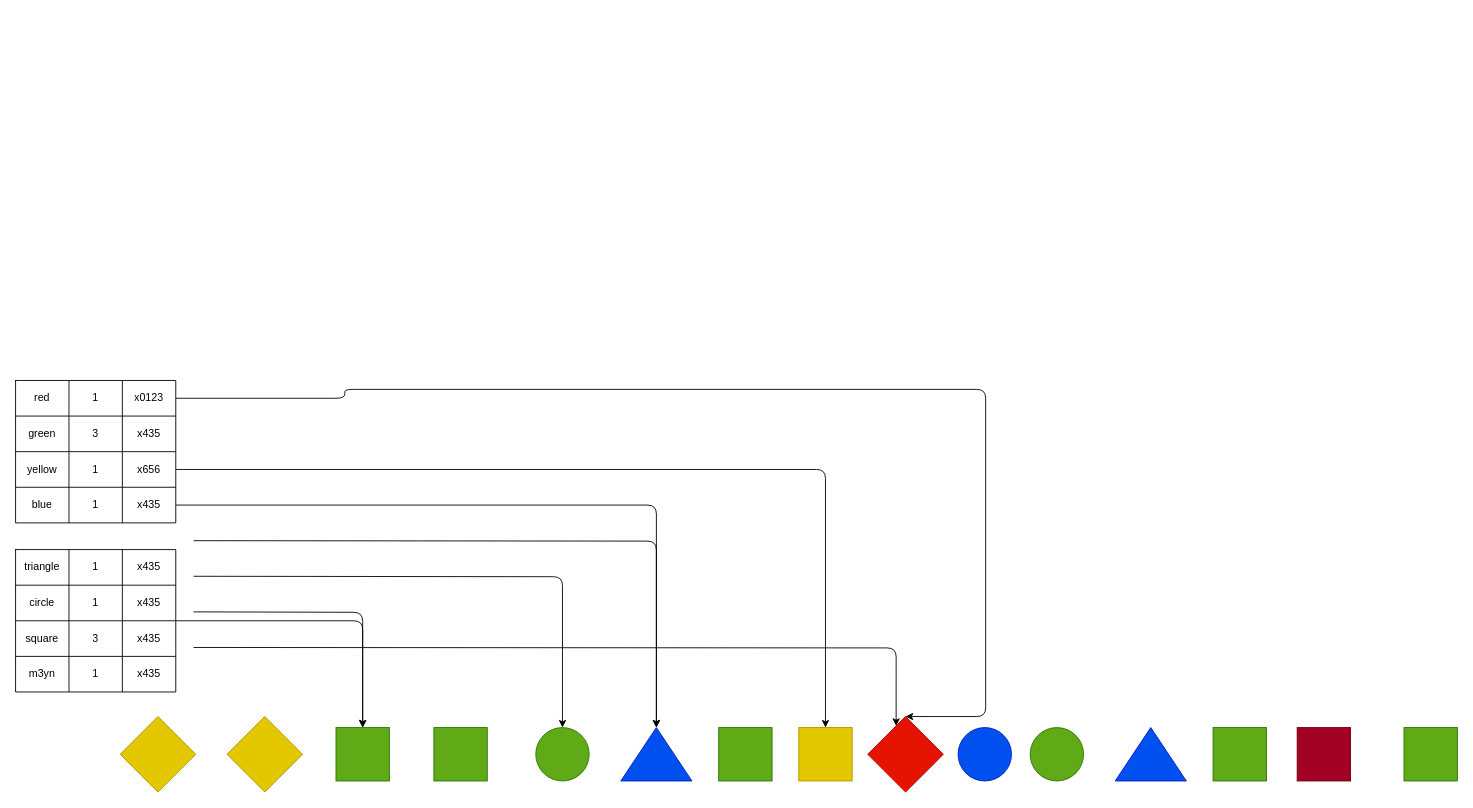
Before: docs/diagrams/walkthrouExamleDeleteAfterShift.drawio in AbderrahimeEl/Tetris, a draw.io diagram. Source tidied: cells renumbered, new cells numbered last; positions are measured from the earlier drawing's top-left corner, leaving out a move shared by most shapes. Both pictures are drawn from the tidied source at 89%, with x=0, y=0 at pixel (15, 380).
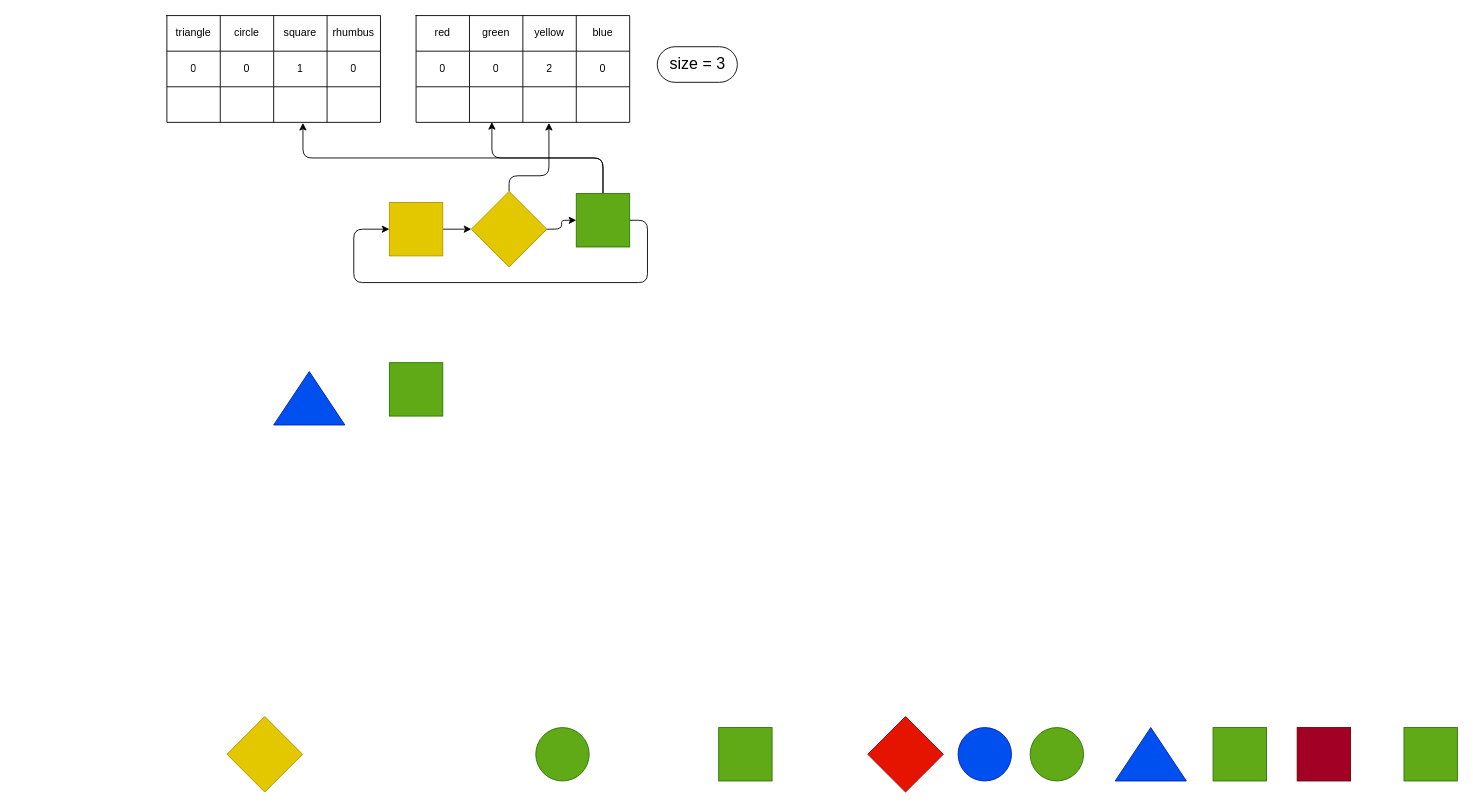
The same diagram, later.

The change refers to these unchanged cells:
```xml
<mxCell id="24" style="ellipse;whiteSpace=wrap;html=1;fillColor=#60a917;fontColor=#ffffff;strokeColor=#2D7600;" parent="1" vertex="1">
  <mxGeometry x="584.5" y="390" width="60" height="60" as="geometry" />
</mxCell>
<mxCell id="35" style="rounded=0;whiteSpace=wrap;html=1;fillColor=#e51400;fontColor=#ffffff;strokeColor=#B20000;rotation=-45;" parent="1" vertex="1">
  <mxGeometry x="970" y="390" width="60" height="60" as="geometry" />
</mxCell>
```

Diff of the diagram source:
```diff
@@
     <mxCell id="2" style="shape=table;html=1;whiteSpace=wrap;startSize=0;childLayout=tableLayout;" parent="1" vertex="1">
-      <mxGeometry width="180" height="160" as="geometry" />
+      <mxGeometry x="450" y="-410" width="240" height="120" as="geometry" />
     </mxCell>
     <mxCell id="3" style="shape=tableRow;horizontal=0;startSize=0;swimlaneHead=0;swimlaneBody=0;top=0;left=0;bottom=0;right=0;fillColor=none;points=[[0,0.5],[1,0.5]];portConstraint=eastwest;" parent="2" vertex="1">
-      <mxGeometry width="180" height="40" as="geometry" />
+      <mxGeometry width="240" height="40" as="geometry" />
     </mxCell>
@@
-    <mxCell id="5" value="1" style="shape=partialRectangle;html=1;whiteSpace=wrap;fillColor=none;top=0;left=0;bottom=0;right=0;overflow=hidden;" parent="3" vertex="1">
+    <mxCell id="5" value="green" style="shape=partialRectangle;html=1;whiteSpace=wrap;fillColor=none;top=0;left=0;bottom=0;right=0;overflow=hidden;" parent="3" vertex="1">
       <mxGeometry x="60" width="60" height="40" as="geometry" />
     </mxCell>
-    <mxCell id="6" value="x0123" style="shape=partialRectangle;html=1;whiteSpace=wrap;fillColor=none;top=0;left=0;bottom=0;right=0;overflow=hidden;" parent="3" vertex="1">
+    <mxCell id="6" value="yellow" style="shape=partialRectangle;html=1;whiteSpace=wrap;fillColor=none;top=0;left=0;bottom=0;right=0;overflow=hidden;" parent="3" vertex="1">
       <mxGeometry x="120" width="60" height="40" as="geometry" />
     </mxCell>
+    <mxCell id="59" value="blue" style="shape=partialRectangle;html=1;whiteSpace=wrap;fillColor=none;top=0;left=0;bottom=0;right=0;overflow=hidden;" parent="3" vertex="1">
+      <mxGeometry x="180" width="60" height="40" as="geometry" />
+    </mxCell>
     <mxCell id="7" style="shape=tableRow;horizontal=0;startSize=0;swimlaneHead=0;swimlaneBody=0;top=0;left=0;bottom=0;right=0;fillColor=none;" parent="2" vertex="1">
-      <mxGeometry y="40" width="180" height="40" as="geometry" />
+      <mxGeometry y="40" width="240" height="40" as="geometry" />
     </mxCell>
-    <mxCell id="8" value="green" style="shape=partialRectangle;html=1;whiteSpace=wrap;fillColor=none;top=0;left=0;bottom=0;right=0;overflow=hidden;" parent="7" vertex="1">
+    <mxCell id="8" value="0" style="shape=partialRectangle;html=1;whiteSpace=wrap;fillColor=none;top=0;left=0;bottom=0;right=0;overflow=hidden;" parent="7" vertex="1">
       <mxGeometry width="60" height="40" as="geometry" />
     </mxCell>
-    <mxCell id="9" value="3" style="shape=partialRectangle;html=1;whiteSpace=wrap;fillColor=none;top=0;left=0;bottom=0;right=0;overflow=hidden;" parent="7" vertex="1">
+    <mxCell id="9" value="0" style="shape=partialRectangle;html=1;whiteSpace=wrap;fillColor=none;top=0;left=0;bottom=0;right=0;overflow=hidden;" parent="7" vertex="1">
       <mxGeometry x="60" width="60" height="40" as="geometry" />
     </mxCell>
-    <mxCell id="10" value="x435" style="shape=partialRectangle;html=1;whiteSpace=wrap;fillColor=none;top=0;left=0;bottom=0;right=0;overflow=hidden;" parent="7" vertex="1">
+    <mxCell id="10" value="2" style="shape=partialRectangle;html=1;whiteSpace=wrap;fillColor=none;top=0;left=0;bottom=0;right=0;overflow=hidden;" parent="7" vertex="1">
       <mxGeometry x="120" width="60" height="40" as="geometry" />
     </mxCell>
-    <mxCell id="11" style="shape=tableRow;horizontal=0;startSize=0;swimlaneHead=0;swimlaneBody=0;top=0;left=0;bottom=0;right=0;fillColor=none;points=[[0,0.5],[1,0.5]];portConstraint=eastwest;" parent="2" vertex="1">
-      <mxGeometry y="80" width="180" height="40" as="geometry" />
-    </mxCell>
-    <mxCell id="12" value="yellow" style="shape=partialRectangle;html=1;whiteSpace=wrap;fillColor=none;top=0;left=0;bottom=0;right=0;overflow=hidden;" parent="11" vertex="1">
-      <mxGeometry width="60" height="40" as="geometry" />
-    </mxCell>
-    <mxCell id="13" value="1" style="shape=partialRectangle;html=1;whiteSpace=wrap;fillColor=none;top=0;left=0;bottom=0;right=0;overflow=hidden;" parent="11" vertex="1">
-      <mxGeometry x="60" width="60" height="40" as="geometry" />
-    </mxCell>
-    <mxCell id="14" value="x656" style="shape=partialRectangle;html=1;whiteSpace=wrap;fillColor=none;top=0;left=0;bottom=0;right=0;overflow=hidden;" parent="11" vertex="1">
-      <mxGeometry x="120" width="60" height="40" as="geometry" />
-    </mxCell>
+    <mxCell id="60" value="0" style="shape=partialRectangle;html=1;whiteSpace=wrap;fillColor=none;top=0;left=0;bottom=0;right=0;overflow=hidden;" parent="7" vertex="1">
+      <mxGeometry x="180" width="60" height="40" as="geometry" />
+    </mxCell>
     <mxCell id="15" style="shape=tableRow;horizontal=0;startSize=0;swimlaneHead=0;swimlaneBody=0;top=0;left=0;bottom=0;right=0;fillColor=none;points=[[0,0.5],[1,0.5]];portConstraint=eastwest;" parent="2" vertex="1">
-      <mxGeometry y="120" width="180" height="40" as="geometry" />
+      <mxGeometry y="80" width="240" height="40" as="geometry" />
     </mxCell>
-    <mxCell id="16" value="blue" style="shape=partialRectangle;html=1;whiteSpace=wrap;fillColor=none;top=0;left=0;bottom=0;right=0;overflow=hidden;" parent="15" vertex="1">
+    <mxCell id="16" style="shape=partialRectangle;html=1;whiteSpace=wrap;fillColor=none;top=0;left=0;bottom=0;right=0;overflow=hidden;" parent="15" vertex="1">
       <mxGeometry width="60" height="40" as="geometry" />
     </mxCell>
-    <mxCell id="17" value="1" style="shape=partialRectangle;html=1;whiteSpace=wrap;fillColor=none;top=0;left=0;bottom=0;right=0;overflow=hidden;" parent="15" vertex="1">
+    <mxCell id="17" style="shape=partialRectangle;html=1;whiteSpace=wrap;fillColor=none;top=0;left=0;bottom=0;right=0;overflow=hidden;" parent="15" vertex="1">
       <mxGeometry x="60" width="60" height="40" as="geometry" />
     </mxCell>
-    <mxCell id="18" value="x435" style="shape=partialRectangle;html=1;whiteSpace=wrap;fillColor=none;top=0;left=0;bottom=0;right=0;overflow=hidden;" parent="15" vertex="1">
+    <mxCell id="18" style="shape=partialRectangle;html=1;whiteSpace=wrap;fillColor=none;top=0;left=0;bottom=0;right=0;overflow=hidden;" parent="15" vertex="1">
       <mxGeometry x="120" width="60" height="40" as="geometry" />
     </mxCell>
+    <mxCell id="61" style="shape=partialRectangle;html=1;whiteSpace=wrap;fillColor=none;top=0;left=0;bottom=0;right=0;overflow=hidden;" parent="15" vertex="1">
+      <mxGeometry x="180" width="60" height="40" as="geometry" />
+    </mxCell>
@@
     <mxCell id="20" style="rounded=0;whiteSpace=wrap;html=1;fillColor=#60a917;fontColor=#ffffff;strokeColor=#2D7600;" parent="1" vertex="1">
-      <mxGeometry x="360" y="390" width="60" height="60" as="geometry" />
+      <mxGeometry x="420" y="-20" width="60" height="60" as="geometry" />
     </mxCell>
+    <mxCell id="62" style="edgeStyle=orthogonalEdgeStyle;html=1;entryX=0.355;entryY=0.991;entryDx=0;entryDy=0;entryPerimeter=0;fontSize=18;" parent="1" edge="1" source="21" target="15">
+      <mxGeometry relative="1" as="geometry" />
+    </mxCell>
+    <mxCell id="63" style="edgeStyle=orthogonalEdgeStyle;html=1;entryX=0.637;entryY=1.015;entryDx=0;entryDy=0;entryPerimeter=0;fontSize=18;" parent="1" edge="1" source="21" target="51">
+      <mxGeometry relative="1" as="geometry" />
+    </mxCell>
+    <mxCell id="64" style="edgeStyle=orthogonalEdgeStyle;html=1;entryX=0;entryY=0.5;entryDx=0;entryDy=0;fontSize=18;" parent="1" edge="1" source="21" target="34">
+      <mxGeometry relative="1" as="geometry">
+        <Array as="points">
+          <mxPoint x="710" y="-180" />
+          <mxPoint x="710" y="-110" />
+          <mxPoint x="380" y="-110" />
+          <mxPoint x="380" y="-170" />
+        </Array>
+      </mxGeometry>
+    </mxCell>
     <mxCell id="21" style="rounded=0;whiteSpace=wrap;html=1;fillColor=#60a917;fontColor=#ffffff;strokeColor=#2D7600;" parent="1" vertex="1">
-      <mxGeometry x="470" y="390" width="60" height="60" as="geometry" />
+      <mxGeometry x="630" y="-210" width="60" height="60" as="geometry" />
     </mxCell>
     <mxCell id="22" style="triangle;whiteSpace=wrap;html=1;rotation=-90;fillColor=#0050ef;fontColor=#ffffff;strokeColor=#001DBC;" parent="1" vertex="1">
-      <mxGeometry x="690" y="380" width="60" height="80" as="geometry" />
+      <mxGeometry x="300" y="-20" width="60" height="80" as="geometry" />
     </mxCell>
@@
-    <mxCell id="25" style="edgeStyle=orthogonalEdgeStyle;html=1;exitX=1;exitY=0.5;exitDx=0;exitDy=0;entryX=1;entryY=0;entryDx=0;entryDy=0;" parent="1" edge="1" source="3" target="35">
-      <mxGeometry relative="1" as="geometry">
-        <Array as="points">
-          <mxPoint x="370" y="20" />
-          <mxPoint x="370" y="10" />
-          <mxPoint x="1090" y="10" />
-          <mxPoint x="1090" y="378" />
-        </Array>
-      </mxGeometry>
-    </mxCell>
-    <mxCell id="26" style="edgeStyle=orthogonalEdgeStyle;html=1;entryX=0.5;entryY=0;entryDx=0;entryDy=0;startArrow=none;" parent="1" edge="1" source="42" target="20">
-      <mxGeometry relative="1" as="geometry" />
-    </mxCell>
@@
-    <mxCell id="28" style="edgeStyle=orthogonalEdgeStyle;html=1;entryX=0.5;entryY=0;entryDx=0;entryDy=0;" parent="1" edge="1" source="11" target="34">
-      <mxGeometry relative="1" as="geometry" />
-    </mxCell>
-    <mxCell id="29" style="edgeStyle=orthogonalEdgeStyle;html=1;entryX=1;entryY=0.5;entryDx=0;entryDy=0;" parent="1" edge="1" source="15" target="22">
-      <mxGeometry relative="1" as="geometry" />
-    </mxCell>
-    <mxCell id="30" style="edgeStyle=orthogonalEdgeStyle;html=1;entryX=1;entryY=0.5;entryDx=0;entryDy=0;" parent="1" edge="1" target="22">
-      <mxGeometry relative="1" as="geometry">
-        <mxPoint x="200" y="180" as="sourcePoint" />
-      </mxGeometry>
-    </mxCell>
-    <mxCell id="31" style="edgeStyle=orthogonalEdgeStyle;html=1;entryX=0.5;entryY=0;entryDx=0;entryDy=0;" parent="1" edge="1" target="24">
-      <mxGeometry relative="1" as="geometry">
-        <mxPoint x="200" y="220" as="sourcePoint" />
-      </mxGeometry>
-    </mxCell>
-    <mxCell id="32" style="edgeStyle=orthogonalEdgeStyle;html=1;entryX=0.5;entryY=0;entryDx=0;entryDy=0;" parent="1" edge="1" target="20">
-      <mxGeometry relative="1" as="geometry">
-        <mxPoint x="200" y="260" as="sourcePoint" />
-      </mxGeometry>
-    </mxCell>
-    <mxCell id="33" style="edgeStyle=orthogonalEdgeStyle;html=1;entryX=0.75;entryY=0;entryDx=0;entryDy=0;" parent="1" edge="1" target="35">
-      <mxGeometry relative="1" as="geometry">
-        <mxPoint x="200" y="300" as="sourcePoint" />
-      </mxGeometry>
-    </mxCell>
+    <mxCell id="65" style="edgeStyle=orthogonalEdgeStyle;html=1;exitX=1;exitY=0.5;exitDx=0;exitDy=0;entryX=0;entryY=0;entryDx=0;entryDy=0;fontSize=18;" parent="1" edge="1" source="34" target="41">
+      <mxGeometry relative="1" as="geometry" />
+    </mxCell>
     <mxCell id="34" style="rounded=0;whiteSpace=wrap;html=1;fillColor=#e3c800;fontColor=#000000;strokeColor=#B09500;" parent="1" vertex="1">
-      <mxGeometry x="880" y="390" width="60" height="60" as="geometry" />
+      <mxGeometry x="420" y="-200" width="60" height="60" as="geometry" />
     </mxCell>
@@
+    <mxCell id="66" style="edgeStyle=orthogonalEdgeStyle;html=1;exitX=1;exitY=1;exitDx=0;exitDy=0;entryX=0;entryY=0.5;entryDx=0;entryDy=0;fontSize=18;" parent="1" edge="1" source="41" target="21">
+      <mxGeometry relative="1" as="geometry" />
+    </mxCell>
+    <mxCell id="67" style="edgeStyle=orthogonalEdgeStyle;html=1;entryX=0.622;entryY=1.015;entryDx=0;entryDy=0;entryPerimeter=0;fontSize=18;" parent="1" edge="1" source="41" target="15">
+      <mxGeometry relative="1" as="geometry">
+        <Array as="points">
+          <mxPoint x="554" y="-230" />
+          <mxPoint x="599" y="-230" />
+        </Array>
+      </mxGeometry>
+    </mxCell>
     <mxCell id="41" style="rounded=0;whiteSpace=wrap;html=1;fillColor=#e3c800;fontColor=#000000;strokeColor=#B09500;rotation=-45;" parent="1" vertex="1">
-      <mxGeometry x="130" y="390" width="60" height="60" as="geometry" />
+      <mxGeometry x="524.5" y="-200" width="60" height="60" as="geometry" />
     </mxCell>
     <mxCell id="42" style="shape=table;html=1;whiteSpace=wrap;startSize=0;childLayout=tableLayout;" parent="1" vertex="1">
-      <mxGeometry y="190" width="180" height="160" as="geometry" />
+      <mxGeometry x="170" y="-410" width="240" height="120" as="geometry" />
     </mxCell>
     <mxCell id="43" style="shape=tableRow;horizontal=0;startSize=0;swimlaneHead=0;swimlaneBody=0;top=0;left=0;bottom=0;right=0;fillColor=none;" parent="42" vertex="1">
-      <mxGeometry width="180" height="40" as="geometry" />
+      <mxGeometry width="240" height="40" as="geometry" />
     </mxCell>
@@
-    <mxCell id="45" value="1" style="shape=partialRectangle;html=1;whiteSpace=wrap;fillColor=none;top=0;left=0;bottom=0;right=0;overflow=hidden;" parent="43" vertex="1">
+    <mxCell id="45" value="circle" style="shape=partialRectangle;html=1;whiteSpace=wrap;fillColor=none;top=0;left=0;bottom=0;right=0;overflow=hidden;" parent="43" vertex="1">
       <mxGeometry x="60" width="60" height="40" as="geometry" />
     </mxCell>
-    <mxCell id="46" value="x435" style="shape=partialRectangle;html=1;whiteSpace=wrap;fillColor=none;top=0;left=0;bottom=0;right=0;overflow=hidden;" parent="43" vertex="1">
+    <mxCell id="46" value="square" style="shape=partialRectangle;html=1;whiteSpace=wrap;fillColor=none;top=0;left=0;bottom=0;right=0;overflow=hidden;" parent="43" vertex="1">
       <mxGeometry x="120" width="60" height="40" as="geometry" />
     </mxCell>
+    <mxCell id="68" value="rhumbus" style="shape=partialRectangle;html=1;whiteSpace=wrap;fillColor=none;top=0;left=0;bottom=0;right=0;overflow=hidden;" parent="43" vertex="1">
+      <mxGeometry x="180" width="60" height="40" as="geometry" />
+    </mxCell>
     <mxCell id="47" style="shape=tableRow;horizontal=0;startSize=0;swimlaneHead=0;swimlaneBody=0;top=0;left=0;bottom=0;right=0;fillColor=none;" parent="42" vertex="1">
-      <mxGeometry y="40" width="180" height="40" as="geometry" />
+      <mxGeometry y="40" width="240" height="40" as="geometry" />
     </mxCell>
-    <mxCell id="48" value="circle" style="shape=partialRectangle;html=1;whiteSpace=wrap;fillColor=none;top=0;left=0;bottom=0;right=0;overflow=hidden;" parent="47" vertex="1">
+    <mxCell id="48" value="0" style="shape=partialRectangle;html=1;whiteSpace=wrap;fillColor=none;top=0;left=0;bottom=0;right=0;overflow=hidden;" parent="47" vertex="1">
       <mxGeometry width="60" height="40" as="geometry" />
     </mxCell>
-    <mxCell id="49" value="1" style="shape=partialRectangle;html=1;whiteSpace=wrap;fillColor=none;top=0;left=0;bottom=0;right=0;overflow=hidden;" parent="47" vertex="1">
+    <mxCell id="49" value="0" style="shape=partialRectangle;html=1;whiteSpace=wrap;fillColor=none;top=0;left=0;bottom=0;right=0;overflow=hidden;" parent="47" vertex="1">
       <mxGeometry x="60" width="60" height="40" as="geometry" />
     </mxCell>
-    <mxCell id="50" value="x435" style="shape=partialRectangle;html=1;whiteSpace=wrap;fillColor=none;top=0;left=0;bottom=0;right=0;overflow=hidden;" parent="47" vertex="1">
+    <mxCell id="50" value="1" style="shape=partialRectangle;html=1;whiteSpace=wrap;fillColor=none;top=0;left=0;bottom=0;right=0;overflow=hidden;" parent="47" vertex="1">
       <mxGeometry x="120" width="60" height="40" as="geometry" />
     </mxCell>
+    <mxCell id="69" value="0" style="shape=partialRectangle;html=1;whiteSpace=wrap;fillColor=none;top=0;left=0;bottom=0;right=0;overflow=hidden;" parent="47" vertex="1">
+      <mxGeometry x="180" width="60" height="40" as="geometry" />
+    </mxCell>
     <mxCell id="51" style="shape=tableRow;horizontal=0;startSize=0;swimlaneHead=0;swimlaneBody=0;top=0;left=0;bottom=0;right=0;fillColor=none;points=[[0,0.5],[1,0.5]];portConstraint=eastwest;" parent="42" vertex="1">
-      <mxGeometry y="80" width="180" height="40" as="geometry" />
+      <mxGeometry y="80" width="240" height="40" as="geometry" />
     </mxCell>
-    <mxCell id="52" value="square" style="shape=partialRectangle;html=1;whiteSpace=wrap;fillColor=none;top=0;left=0;bottom=0;right=0;overflow=hidden;" parent="51" vertex="1">
+    <mxCell id="52" style="shape=partialRectangle;html=1;whiteSpace=wrap;fillColor=none;top=0;left=0;bottom=0;right=0;overflow=hidden;" parent="51" vertex="1">
       <mxGeometry width="60" height="40" as="geometry" />
     </mxCell>
-    <mxCell id="53" value="3" style="shape=partialRectangle;html=1;whiteSpace=wrap;fillColor=none;top=0;left=0;bottom=0;right=0;overflow=hidden;" parent="51" vertex="1">
+    <mxCell id="53" style="shape=partialRectangle;html=1;whiteSpace=wrap;fillColor=none;top=0;left=0;bottom=0;right=0;overflow=hidden;" parent="51" vertex="1">
       <mxGeometry x="60" width="60" height="40" as="geometry" />
     </mxCell>
-    <mxCell id="54" value="x435" style="shape=partialRectangle;html=1;whiteSpace=wrap;fillColor=none;top=0;left=0;bottom=0;right=0;overflow=hidden;" parent="51" vertex="1">
+    <mxCell id="54" style="shape=partialRectangle;html=1;whiteSpace=wrap;fillColor=none;top=0;left=0;bottom=0;right=0;overflow=hidden;" parent="51" vertex="1">
       <mxGeometry x="120" width="60" height="40" as="geometry" />
     </mxCell>
-    <mxCell id="55" style="shape=tableRow;horizontal=0;startSize=0;swimlaneHead=0;swimlaneBody=0;top=0;left=0;bottom=0;right=0;fillColor=none;" parent="42" vertex="1">
-      <mxGeometry y="120" width="180" height="40" as="geometry" />
-    </mxCell>
-    <mxCell id="56" value="m3yn" style="shape=partialRectangle;html=1;whiteSpace=wrap;fillColor=none;top=0;left=0;bottom=0;right=0;overflow=hidden;" parent="55" vertex="1">
-      <mxGeometry width="60" height="40" as="geometry" />
-    </mxCell>
-    <mxCell id="57" value="1" style="shape=partialRectangle;html=1;whiteSpace=wrap;fillColor=none;top=0;left=0;bottom=0;right=0;overflow=hidden;" parent="55" vertex="1">
-      <mxGeometry x="60" width="60" height="40" as="geometry" />
-    </mxCell>
-    <mxCell id="58" value="x435" style="shape=partialRectangle;html=1;whiteSpace=wrap;fillColor=none;top=0;left=0;bottom=0;right=0;overflow=hidden;" parent="55" vertex="1">
-      <mxGeometry x="120" width="60" height="40" as="geometry" />
-    </mxCell>
+    <mxCell id="70" style="shape=partialRectangle;html=1;whiteSpace=wrap;fillColor=none;top=0;left=0;bottom=0;right=0;overflow=hidden;" parent="51" vertex="1">
+      <mxGeometry x="180" width="60" height="40" as="geometry" />
+    </mxCell>
+    <mxCell id="71" value="size = 3" style="text;html=1;align=center;verticalAlign=middle;strokeColor=default;fillColor=none;fontStyle=0;fontSize=18;rounded=1;glass=0;arcSize=50;" parent="1" vertex="1">
+      <mxGeometry x="721" y="-375" width="90" height="40" as="geometry" />
+    </mxCell>
```
